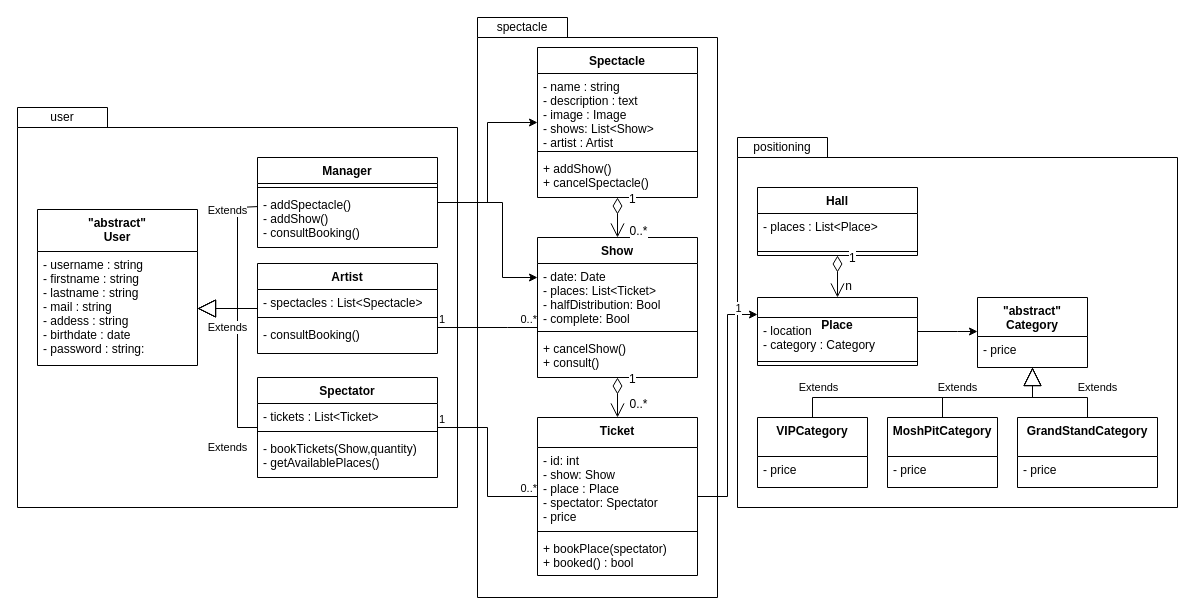
Above: page "diagramme de classe alégé" (6 of 9) of analyse/analyse.drawio in baptisteRiviere/SpectacleHallManagement (draw.io), before the change. Source tidied: cells renumbered, new cells numbered last; positions are measured from the earlier drawing's top-left corner, leaving out a move shared by most shapes. Both pictures are drawn from the tidied source at 100%, with x=0, y=0 at pixel (17, 17).
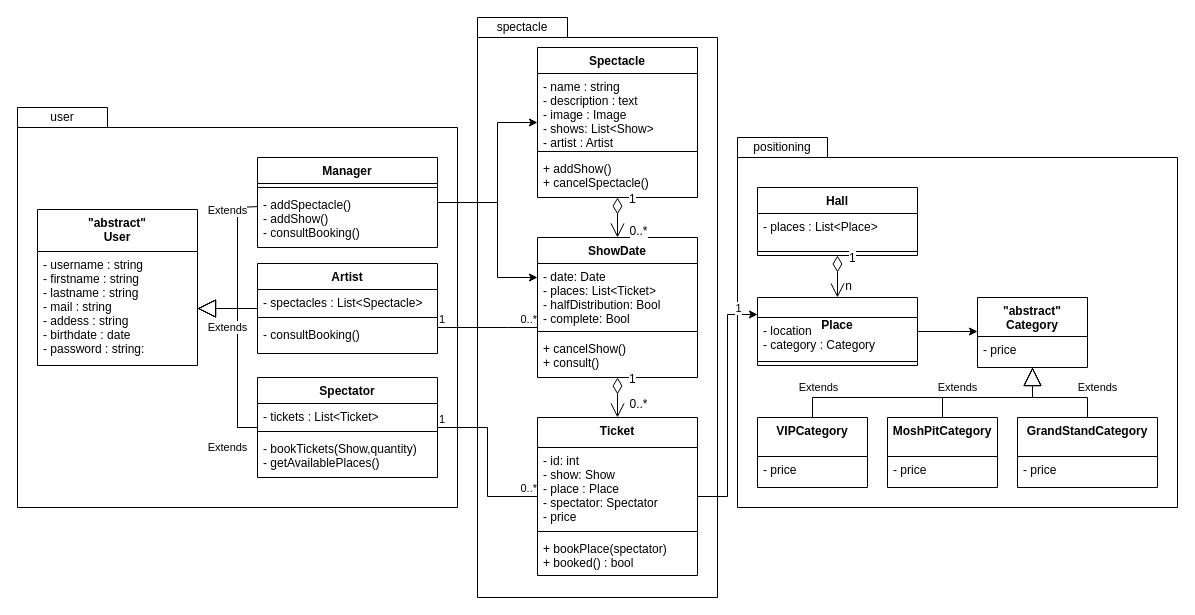
After the change.

Commit message:
Analyse : show => showdate

Unchanged cells that the change refers to:
```xml
<mxCell id="21" value="Manager" style="swimlane;fontStyle=1;align=center;verticalAlign=top;horizontal=1;startSize=26;fontSize=12;fillColor=#FFFFFF;" parent="1" vertex="1">
  <mxGeometry x="240" y="140" width="180" height="90" as="geometry" />
</mxCell>
<mxCell id="28" value="Spectacle" style="swimlane;fontStyle=1;align=center;verticalAlign=top;horizontal=1;startSize=26;fontSize=12;fillColor=#FFFFFF;" parent="1" vertex="1">
  <mxGeometry x="520" y="30" width="160" height="150" as="geometry" />
</mxCell>
```

The edit, as a diff of the source:
```diff
@@
-    <mxCell id="11" value="Show" style="swimlane;fontStyle=1;align=center;verticalAlign=top;horizontal=1;startSize=26;fontSize=12;fillColor=#FFFFFF;" parent="1" vertex="1">
+    <mxCell id="11" value="ShowDate" style="swimlane;fontStyle=1;align=center;verticalAlign=top;horizontal=1;startSize=26;fontSize=12;fillColor=#FFFFFF;" parent="1" vertex="1">
       <mxGeometry x="520" y="220" width="160" height="140" as="geometry" />
     </mxCell>
@@
     <mxCell id="19" style="edgeStyle=orthogonalEdgeStyle;rounded=0;jettySize=auto;html=1;" parent="1" edge="1" source="21" target="28">
-      <mxGeometry relative="1" as="geometry" />
+      <mxGeometry relative="1" as="geometry">
+        <Array as="points">
+          <mxPoint x="480" y="185" />
+          <mxPoint x="480" y="105" />
+        </Array>
+      </mxGeometry>
     </mxCell>
     <mxCell id="20" style="edgeStyle=orthogonalEdgeStyle;rounded=0;jettySize=auto;html=1;" parent="1" edge="1" source="21" target="11">
       <mxGeometry relative="1" as="geometry">
         <Array as="points">
-          <mxPoint x="485" y="185" />
-          <mxPoint x="485" y="260" />
+          <mxPoint x="480" y="185" />
+          <mxPoint x="480" y="260" />
         </Array>
       </mxGeometry>
     </mxCell>
```
